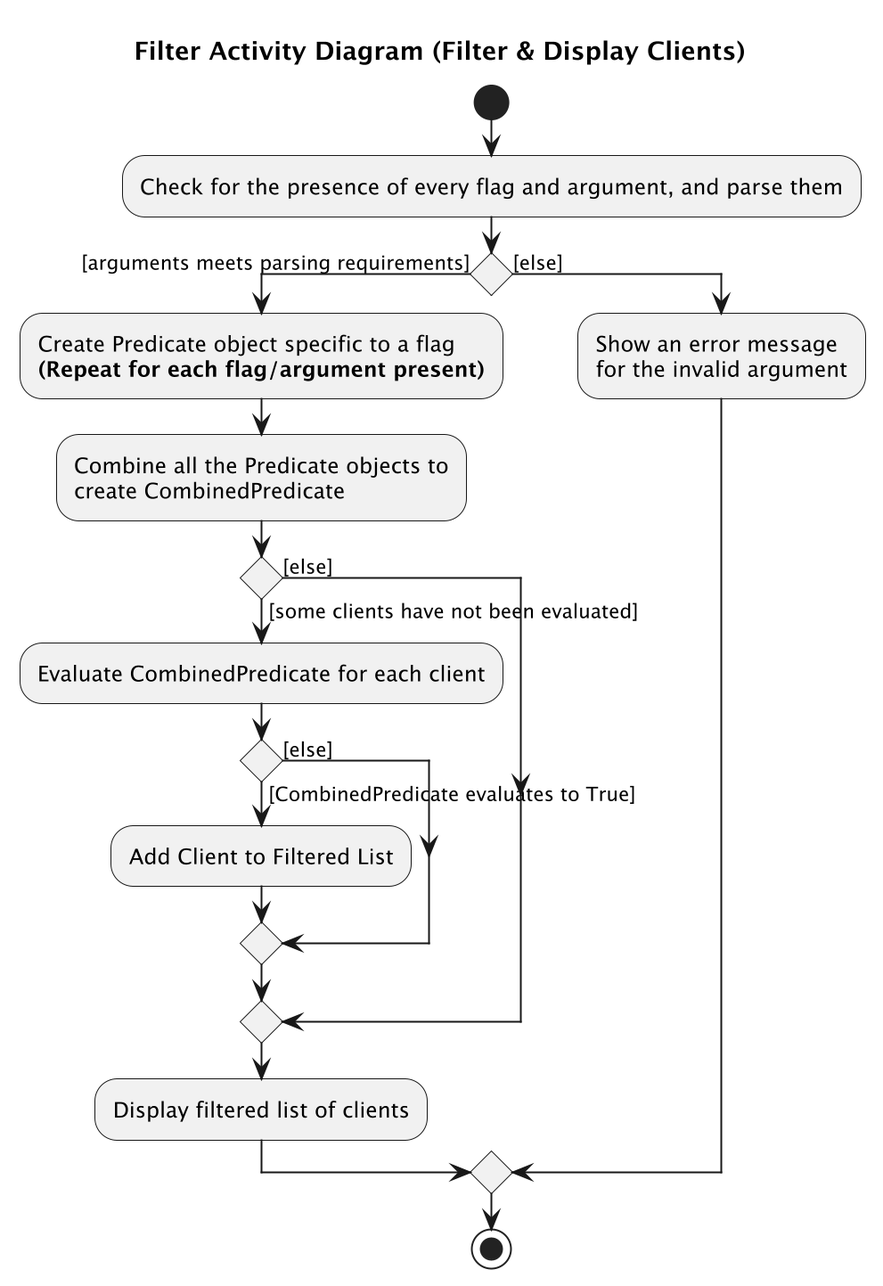
nus-cs2103-AY2425S1/tp keeps this PlantUML diagram as docs/images/FilterActivityDiagramFilterAndDisplay.png. Above is the earlier version. Its source is kept beside it as docs/diagrams/FilterActivityDiagramFilterAndDisplay.puml.
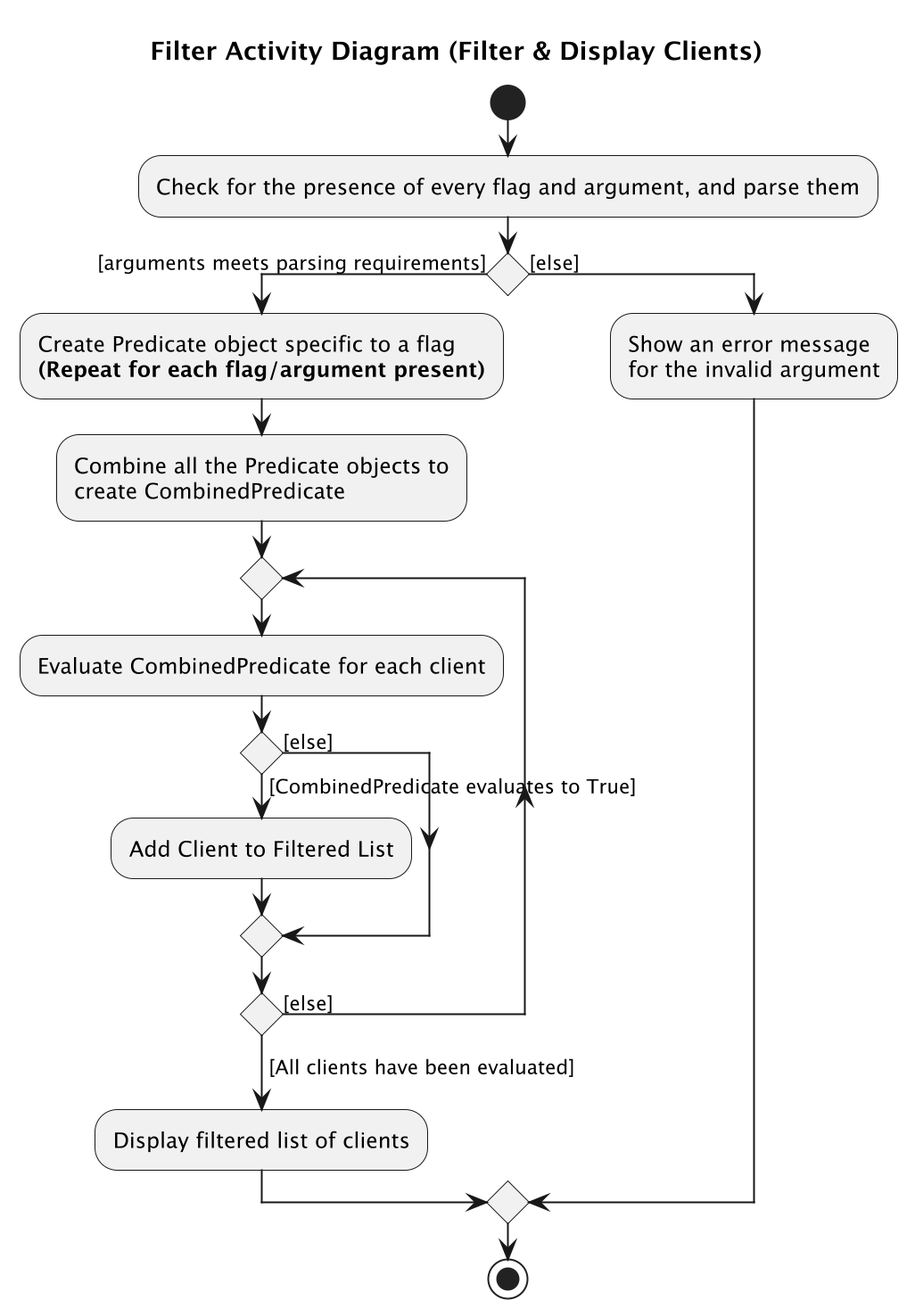
After the commit.

Commit message:
Fix Filter and Display Diagram

The edit, as a diff of the source:
```diff
@@ -9,14 +9,14 @@
     :Combine all the Predicate objects to
     create CombinedPredicate;
 
-    if () then ([some clients have not been evaluated])
+    repeat
         :Evaluate CombinedPredicate for each client;
         if () then ([CombinedPredicate evaluates to True])
             :Add Client to Filtered List;
         else ([else])
         endif
-    else([else])
-    endif
+    repeat while () is ([else])
+    -> [All clients have been evaluated];
 
     :Display filtered list of clients;
 else ([else])
```
